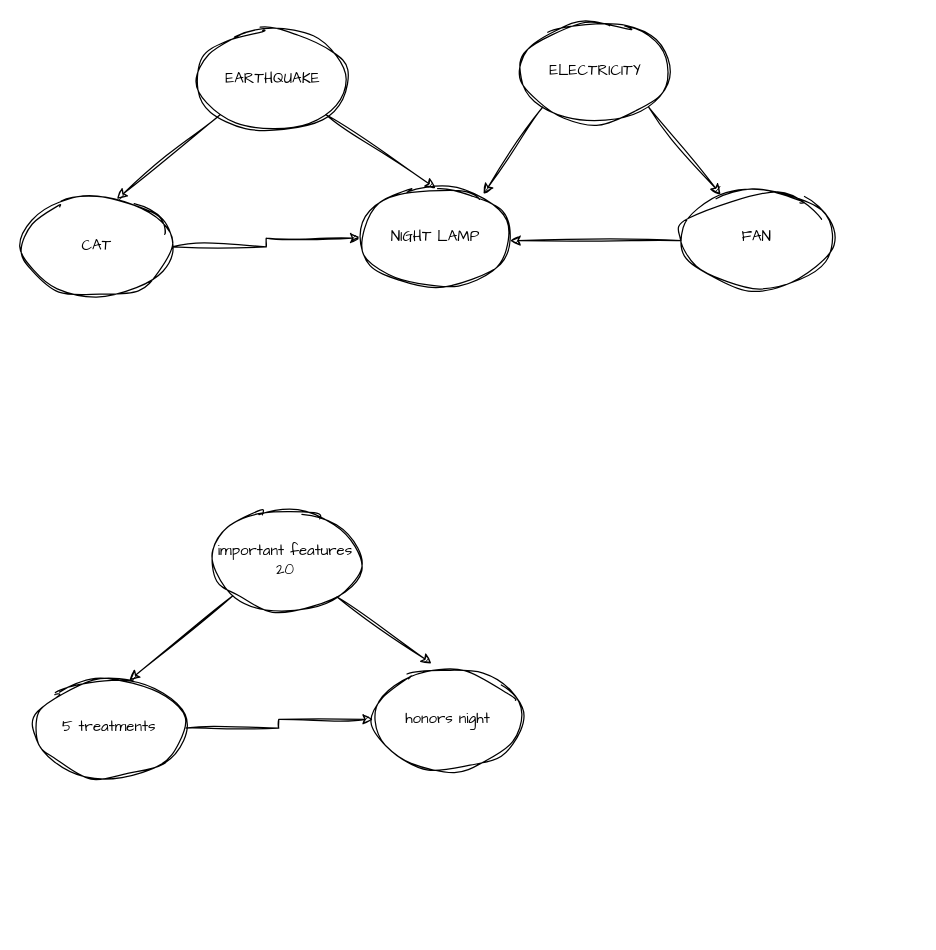
Earlier version of the draw.io diagram page "Page-2" (6 of 6) of causal_approach.drawio (Sanjaynarayan27/github_tut). Source tidied: cells renumbered, new cells numbered last; positions are measured from the earlier drawing's top-left corner, leaving out a move shared by most shapes. Both pictures are drawn from the tidied source at 125%, with x=0, y=0 at pixel (21, 21).
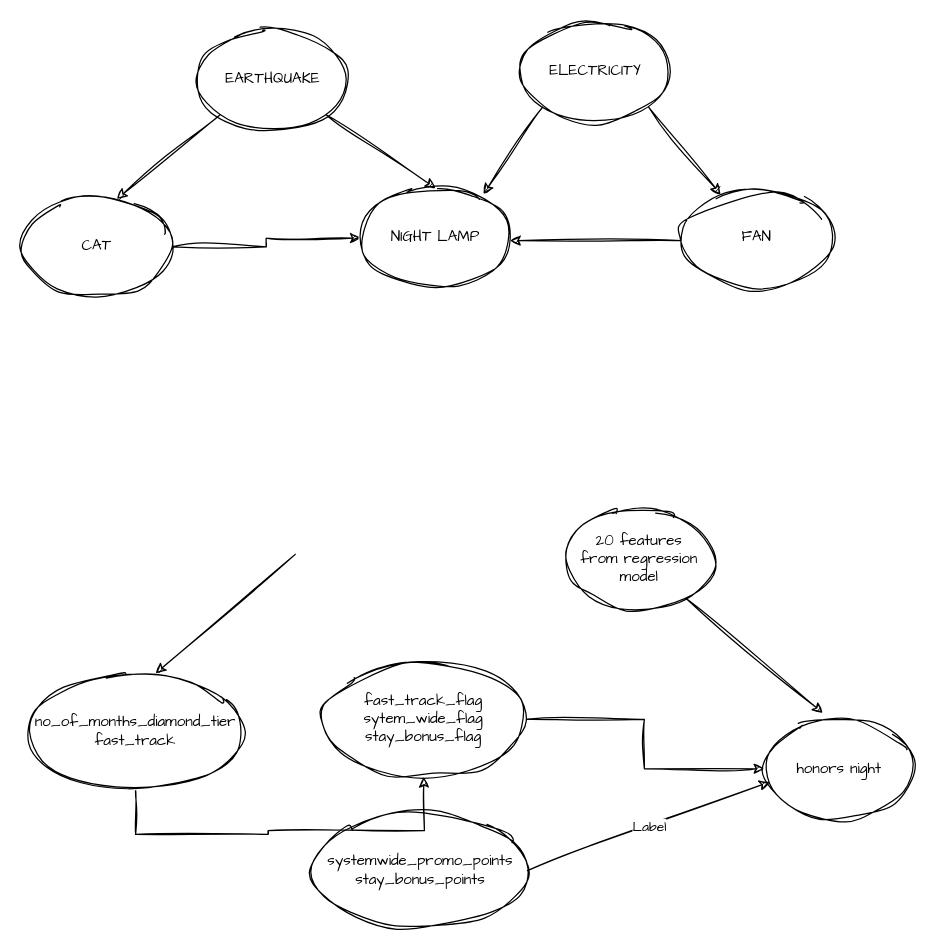
The same diagram, later.

What changed in the source:
```diff
@@
-    <mxCell id="14" value="5 treatments" style="ellipse;whiteSpace=wrap;html=1;sketch=1;hachureGap=4;jiggle=2;curveFitting=1;fontFamily=Architects Daughter;" parent="1" vertex="1">
-      <mxGeometry x="10" y="525" width="120" height="80" as="geometry" />
+    <mxCell id="14" value="fast_track_flag&lt;div&gt;sytem_wide_flag&lt;/div&gt;&lt;div&gt;stay_bonus_flag&lt;/div&gt;" style="ellipse;whiteSpace=wrap;html=1;sketch=1;hachureGap=4;jiggle=2;curveFitting=1;fontFamily=Architects Daughter;" parent="1" vertex="1">
+      <mxGeometry x="241" y="512" width="161" height="92" as="geometry" />
     </mxCell>
     <mxCell id="15" value="honors night" style="ellipse;whiteSpace=wrap;html=1;sketch=1;hachureGap=4;jiggle=2;curveFitting=1;fontFamily=Architects Daughter;" parent="1" vertex="1">
-      <mxGeometry x="281" y="518" width="120" height="80" as="geometry" />
+      <mxGeometry x="594" y="557.5" width="120" height="80" as="geometry" />
     </mxCell>
-    <mxCell id="16" value="important features&lt;div&gt;20&lt;/div&gt;" style="ellipse;whiteSpace=wrap;html=1;sketch=1;hachureGap=4;jiggle=2;curveFitting=1;fontFamily=Architects Daughter;" parent="1" vertex="1">
-      <mxGeometry x="151" y="391" width="120" height="80" as="geometry" />
+    <mxCell id="16" value="20 features&lt;div&gt;from regression model&lt;/div&gt;" style="ellipse;whiteSpace=wrap;html=1;sketch=1;hachureGap=4;jiggle=2;curveFitting=1;fontFamily=Architects Daughter;" parent="1" vertex="1">
+      <mxGeometry x="434" y="390" width="120" height="80" as="geometry" />
     </mxCell>
@@
-    <mxCell id="18" style="endArrow=classic;html=1;rounded=0;sketch=1;hachureGap=4;jiggle=2;curveFitting=1;fontFamily=Architects Daughter;exitX=0;exitY=1;exitDx=0;exitDy=0;entryX=0.633;entryY=0.021;entryDx=0;entryDy=0;entryPerimeter=0;" parent="1" edge="1" source="16" target="14">
-      <mxGeometry relative="1" as="geometry" />
+    <mxCell id="18" style="endArrow=classic;html=1;rounded=0;sketch=1;hachureGap=4;jiggle=2;curveFitting=1;fontFamily=Architects Daughter;exitX=0;exitY=1;exitDx=0;exitDy=0;entryX=0.633;entryY=0.021;entryDx=0;entryDy=0;entryPerimeter=0;" parent="1" edge="1">
+      <mxGeometry relative="1" as="geometry">
+        <mxPoint x="218.7" y="426" as="sourcePoint" />
+        <mxPoint x="107" y="521.2" as="targetPoint" />
+      </mxGeometry>
     </mxCell>
+    <mxCell id="19" value="&lt;div&gt;systemwide_promo_points&lt;/div&gt;&lt;div&gt;stay_bonus_points&lt;/div&gt;" style="ellipse;whiteSpace=wrap;html=1;sketch=1;hachureGap=4;jiggle=2;curveFitting=1;fontFamily=Architects Daughter;" parent="1" vertex="1">
+      <mxGeometry x="232.5" y="633" width="172" height="92" as="geometry" />
+    </mxCell>
+    <mxCell id="20" style="endArrow=classic;html=1;rounded=0;sketch=1;hachureGap=4;jiggle=2;curveFitting=1;fontFamily=Architects Daughter;entryX=0.036;entryY=0.631;entryDx=0;entryDy=0;entryPerimeter=0;exitX=1;exitY=0.5;exitDx=0;exitDy=0;" parent="1" edge="1" source="19" target="15">
+      <mxGeometry relative="1" as="geometry" />
+    </mxCell>
+    <mxCell id="21" value="Label" style="edgeLabel;html=1;align=center;verticalAlign=middle;sketch=1;hachureGap=4;jiggle=2;curveFitting=1;fontFamily=Architects Daughter;" parent="20" vertex="1">
+      <mxGeometry relative="1" as="geometry" />
+    </mxCell>
+    <mxCell id="22" style="edgeStyle=orthogonalEdgeStyle;rounded=0;sketch=1;hachureGap=4;jiggle=2;curveFitting=1;jettySize=auto;html=1;fontFamily=Architects Daughter;" parent="1" edge="1" source="23" target="14">
+      <mxGeometry relative="1" as="geometry">
+        <Array as="points">
+          <mxPoint x="91" y="650" />
+          <mxPoint x="197" y="650" />
+          <mxPoint x="197" y="647" />
+          <mxPoint x="322" y="647" />
+        </Array>
+      </mxGeometry>
+    </mxCell>
+    <mxCell id="23" value="no_of_months_diamond_tier&lt;div&gt;fast_track&lt;/div&gt;" style="ellipse;whiteSpace=wrap;html=1;sketch=1;hachureGap=4;jiggle=2;curveFitting=1;fontFamily=Architects Daughter;" parent="1" vertex="1">
+      <mxGeometry x="5" y="522" width="172" height="92" as="geometry" />
+    </mxCell>
```
